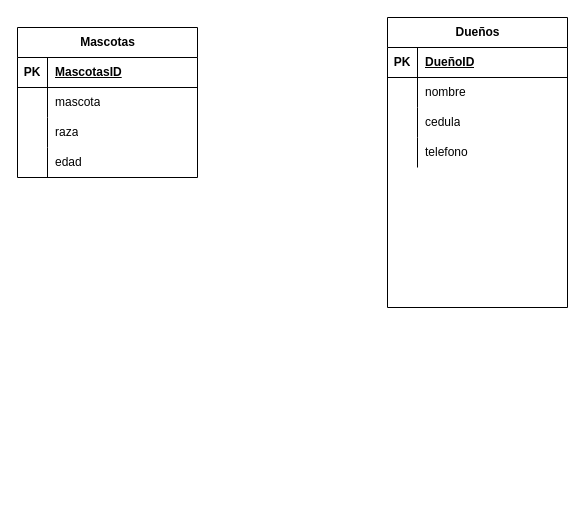
JeffreySuarez/DEV.F-01-BD keeps this draw.io diagram as Diagrama sin título.drawio. Above is the earlier version. Source tidied: cells renumbered, new cells numbered last; positions are measured from the earlier drawing's top-left corner, leaving out a move shared by most shapes. Both pictures are drawn from the tidied source at 100%, with x=0, y=0 at pixel (17, 17).
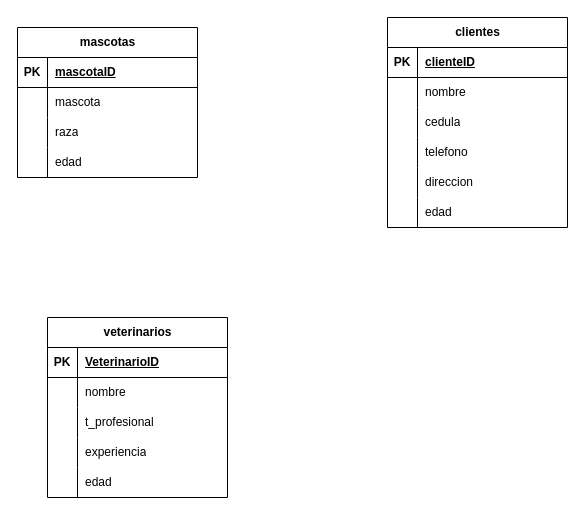
The same diagram, later.

The change refers to these unchanged cells:
```xml
<mxCell id="3" style="shape=tableRow;horizontal=0;startSize=0;swimlaneHead=0;swimlaneBody=0;fillColor=none;top=0;left=0;right=0;bottom=1;" parent="2" vertex="1">
  <mxGeometry y="30" width="180" height="30" as="geometry" />
</mxCell>
<mxCell id="16" style="shape=tableRow;horizontal=0;startSize=0;swimlaneHead=0;swimlaneBody=0;fillColor=none;top=0;left=0;right=0;bottom=1;" parent="15" vertex="1">
  <mxGeometry y="30" width="180" height="30" as="geometry" />
</mxCell>
```

The edit, as a diff of the source:
```diff
@@
-    <mxCell id="2" value="Mascotas" style="shape=table;startSize=30;childLayout=tableLayout;rowLines=0;fontStyle=1;align=center;html=1;" parent="1" vertex="1">
+    <mxCell id="2" value="mascotas" style="shape=table;startSize=30;childLayout=tableLayout;rowLines=0;fontStyle=1;align=center;html=1;" parent="1" vertex="1">
       <mxGeometry y="10" width="180" height="150" as="geometry" />
     </mxCell>
@@
-    <mxCell id="5" value="MascotasID" style="shape=partialRectangle;fillColor=none;top=0;left=0;bottom=0;right=0;align=left;spacingLeft=6;fontStyle=5;overflow=hidden;whiteSpace=wrap;html=1;" parent="3" vertex="1">
+    <mxCell id="5" value="mascotaID" style="shape=partialRectangle;fillColor=none;top=0;left=0;bottom=0;right=0;align=left;spacingLeft=6;fontStyle=5;overflow=hidden;whiteSpace=wrap;html=1;" parent="3" vertex="1">
       <mxGeometry x="30" width="150" height="30" as="geometry" />
     </mxCell>
@@
-    <mxCell id="15" value="Dueños" style="shape=table;startSize=30;childLayout=tableLayout;rowLines=0;fontStyle=1;align=center;html=1;" parent="1" vertex="1">
-      <mxGeometry x="370" width="180" height="290" as="geometry" />
+    <mxCell id="15" value="clientes" style="shape=table;startSize=30;childLayout=tableLayout;rowLines=0;fontStyle=1;align=center;html=1;" parent="1" vertex="1">
+      <mxGeometry x="370" width="180" height="210" as="geometry" />
     </mxCell>
@@
-    <mxCell id="18" value="DueñoID" style="shape=partialRectangle;fillColor=none;top=0;left=0;bottom=0;right=0;align=left;spacingLeft=6;fontStyle=5;overflow=hidden;whiteSpace=wrap;html=1;" parent="16" vertex="1">
+    <mxCell id="18" value="clienteID" style="shape=partialRectangle;fillColor=none;top=0;left=0;bottom=0;right=0;align=left;spacingLeft=6;fontStyle=5;overflow=hidden;whiteSpace=wrap;html=1;" parent="16" vertex="1">
       <mxGeometry x="30" width="150" height="30" as="geometry" />
     </mxCell>
@@
+    <mxCell id="28" style="shape=tableRow;horizontal=0;startSize=0;swimlaneHead=0;swimlaneBody=0;fillColor=none;top=0;left=0;right=0;bottom=0;" parent="15" vertex="1">
+      <mxGeometry y="150" width="180" height="30" as="geometry" />
+    </mxCell>
+    <mxCell id="29" style="shape=partialRectangle;fillColor=none;top=0;left=0;bottom=0;right=0;overflow=hidden;whiteSpace=wrap;html=1;" parent="28" vertex="1">
+      <mxGeometry width="30" height="30" as="geometry" />
+    </mxCell>
+    <mxCell id="30" value="direccion" style="shape=partialRectangle;fillColor=none;top=0;left=0;bottom=0;right=0;align=left;spacingLeft=6;overflow=hidden;whiteSpace=wrap;html=1;" parent="28" vertex="1">
+      <mxGeometry x="30" width="150" height="30" as="geometry" />
+    </mxCell>
+    <mxCell id="31" style="shape=tableRow;horizontal=0;startSize=0;swimlaneHead=0;swimlaneBody=0;fillColor=none;top=0;left=0;right=0;bottom=0;" parent="15" vertex="1">
+      <mxGeometry y="180" width="180" height="30" as="geometry" />
+    </mxCell>
+    <mxCell id="32" style="shape=partialRectangle;fillColor=none;top=0;left=0;bottom=0;right=0;overflow=hidden;whiteSpace=wrap;html=1;" parent="31" vertex="1">
+      <mxGeometry width="30" height="30" as="geometry" />
+    </mxCell>
+    <mxCell id="33" value="edad" style="shape=partialRectangle;fillColor=none;top=0;left=0;bottom=0;right=0;align=left;spacingLeft=6;overflow=hidden;whiteSpace=wrap;html=1;" parent="31" vertex="1">
+      <mxGeometry x="30" width="150" height="30" as="geometry" />
+    </mxCell>
+    <mxCell id="34" value="veterinarios" style="shape=table;startSize=30;childLayout=tableLayout;rowLines=0;fontStyle=1;align=center;html=1;" parent="1" vertex="1">
+      <mxGeometry x="30" y="300" width="180" height="180" as="geometry" />
+    </mxCell>
+    <mxCell id="35" style="shape=tableRow;horizontal=0;startSize=0;swimlaneHead=0;swimlaneBody=0;fillColor=none;top=0;left=0;right=0;bottom=1;" parent="34" vertex="1">
+      <mxGeometry y="30" width="180" height="30" as="geometry" />
+    </mxCell>
+    <mxCell id="36" value="PK" style="shape=partialRectangle;fillColor=none;top=0;left=0;bottom=0;right=0;fontStyle=1;overflow=hidden;whiteSpace=wrap;html=1;" parent="35" vertex="1">
+      <mxGeometry width="30" height="30" as="geometry" />
+    </mxCell>
+    <mxCell id="37" value="VeterinarioID" style="shape=partialRectangle;fillColor=none;top=0;left=0;bottom=0;right=0;align=left;spacingLeft=6;fontStyle=5;overflow=hidden;whiteSpace=wrap;html=1;" parent="35" vertex="1">
+      <mxGeometry x="30" width="150" height="30" as="geometry" />
+    </mxCell>
+    <mxCell id="38" style="shape=tableRow;horizontal=0;startSize=0;swimlaneHead=0;swimlaneBody=0;fillColor=none;top=0;left=0;right=0;bottom=0;" parent="34" vertex="1">
+      <mxGeometry y="60" width="180" height="30" as="geometry" />
+    </mxCell>
+    <mxCell id="39" style="shape=partialRectangle;fillColor=none;top=0;left=0;bottom=0;right=0;overflow=hidden;whiteSpace=wrap;html=1;" parent="38" vertex="1">
+      <mxGeometry width="30" height="30" as="geometry" />
+    </mxCell>
+    <mxCell id="40" value="nombre" style="shape=partialRectangle;fillColor=none;top=0;left=0;bottom=0;right=0;align=left;spacingLeft=6;overflow=hidden;whiteSpace=wrap;html=1;" parent="38" vertex="1">
+      <mxGeometry x="30" width="150" height="30" as="geometry" />
+    </mxCell>
+    <mxCell id="41" style="shape=tableRow;horizontal=0;startSize=0;swimlaneHead=0;swimlaneBody=0;fillColor=none;top=0;left=0;right=0;bottom=0;" parent="34" vertex="1">
+      <mxGeometry y="90" width="180" height="30" as="geometry" />
+    </mxCell>
+    <mxCell id="42" style="shape=partialRectangle;fillColor=none;top=0;left=0;bottom=0;right=0;overflow=hidden;whiteSpace=wrap;html=1;" parent="41" vertex="1">
+      <mxGeometry width="30" height="30" as="geometry" />
+    </mxCell>
+    <mxCell id="43" value="t_profesional" style="shape=partialRectangle;fillColor=none;top=0;left=0;bottom=0;right=0;align=left;spacingLeft=6;overflow=hidden;whiteSpace=wrap;html=1;" parent="41" vertex="1">
+      <mxGeometry x="30" width="150" height="30" as="geometry" />
+    </mxCell>
+    <mxCell id="44" style="shape=tableRow;horizontal=0;startSize=0;swimlaneHead=0;swimlaneBody=0;fillColor=none;top=0;left=0;right=0;bottom=0;" parent="34" vertex="1">
+      <mxGeometry y="120" width="180" height="30" as="geometry" />
+    </mxCell>
+    <mxCell id="45" style="shape=partialRectangle;fillColor=none;top=0;left=0;bottom=0;right=0;overflow=hidden;whiteSpace=wrap;html=1;" parent="44" vertex="1">
+      <mxGeometry width="30" height="30" as="geometry" />
+    </mxCell>
+    <mxCell id="46" value="experiencia" style="shape=partialRectangle;fillColor=none;top=0;left=0;bottom=0;right=0;align=left;spacingLeft=6;overflow=hidden;whiteSpace=wrap;html=1;" parent="44" vertex="1">
+      <mxGeometry x="30" width="150" height="30" as="geometry" />
+    </mxCell>
+    <mxCell id="47" style="shape=tableRow;horizontal=0;startSize=0;swimlaneHead=0;swimlaneBody=0;fillColor=none;top=0;left=0;right=0;bottom=0;" parent="34" vertex="1">
+      <mxGeometry y="150" width="180" height="30" as="geometry" />
+    </mxCell>
+    <mxCell id="48" style="shape=partialRectangle;fillColor=none;top=0;left=0;bottom=0;right=0;overflow=hidden;whiteSpace=wrap;html=1;" parent="47" vertex="1">
+      <mxGeometry width="30" height="30" as="geometry" />
+    </mxCell>
+    <mxCell id="49" value="edad" style="shape=partialRectangle;fillColor=none;top=0;left=0;bottom=0;right=0;align=left;spacingLeft=6;overflow=hidden;whiteSpace=wrap;html=1;" parent="47" vertex="1">
+      <mxGeometry x="30" width="150" height="30" as="geometry" />
+    </mxCell>
```
